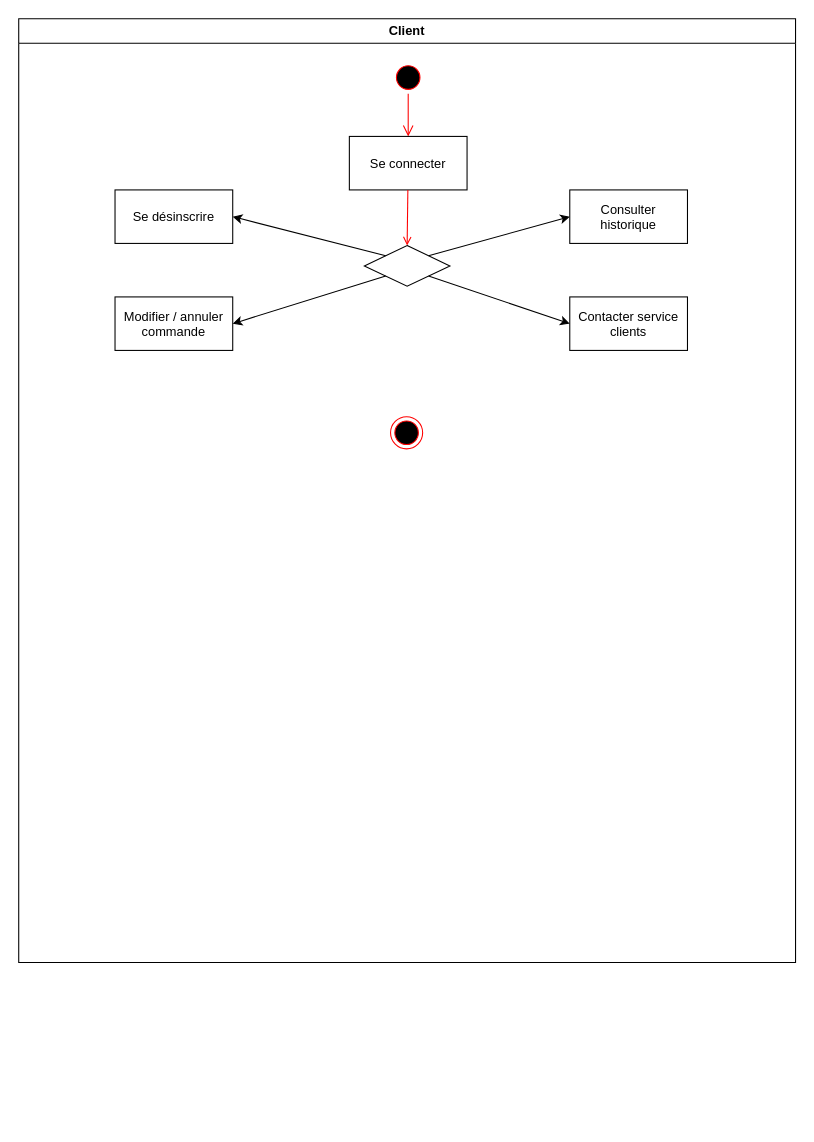
This is Activity client.drawio from othman3492/p4uml, a draw.io file, before an edit. Source tidied: cells renumbered, new cells numbered last; positions are measured from the earlier drawing's top-left corner, leaving out a move shared by most shapes. Both pictures are drawn from the tidied source at 107%, with x=0, y=0 at pixel (18, 18).
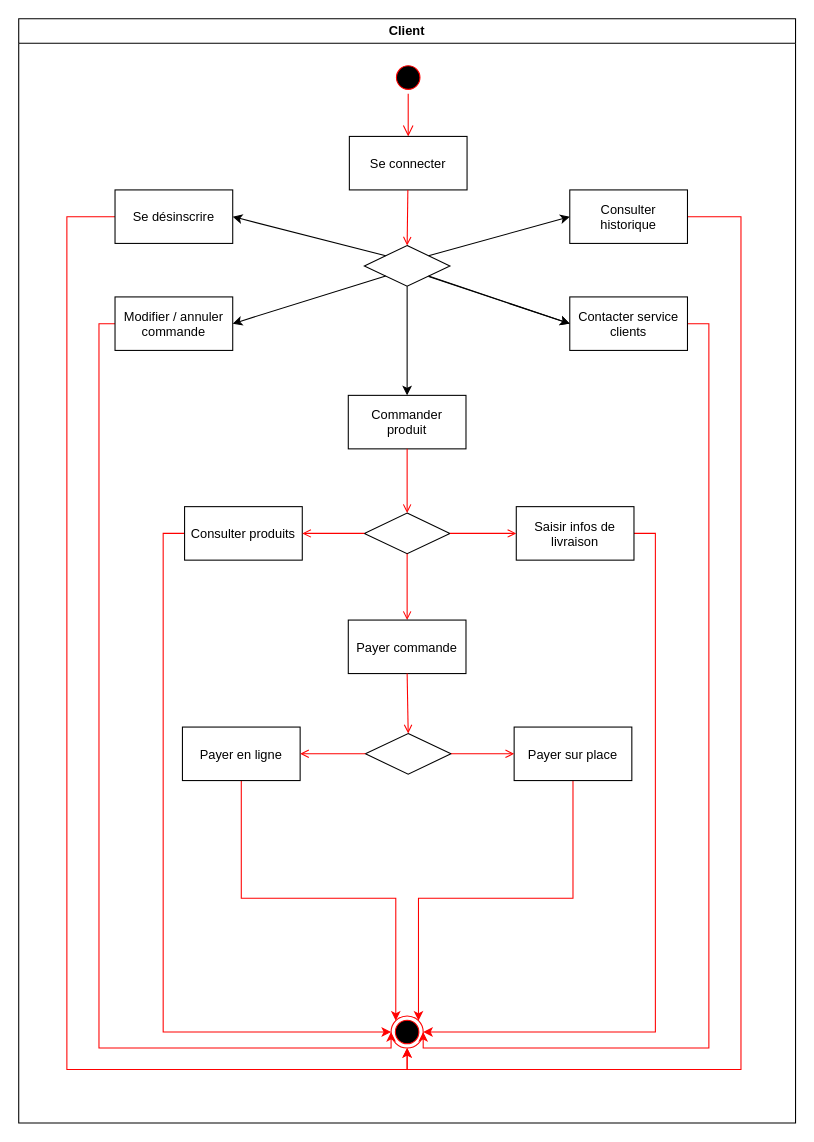
The same diagram, later.

The change refers to these unchanged cells:
```xml
<mxCell id="7" value="Se désinscrire" parent="2" vertex="1">
  <mxGeometry x="90" y="160" width="110" height="50" as="geometry" />
</mxCell>
<mxCell id="8" style="rhombus;whiteSpace=wrap;html=1;" parent="2" vertex="1">
  <mxGeometry x="323" y="212" width="80" height="38" as="geometry" />
</mxCell>
<mxCell id="9" value="Consulter&#10;historique" parent="2" vertex="1">
  <mxGeometry x="515" y="160" width="110" height="50" as="geometry" />
</mxCell>
<mxCell id="10" value="Contacter service&#10;clients" parent="2" vertex="1">
  <mxGeometry x="515" y="260" width="110" height="50" as="geometry" />
</mxCell>
<mxCell id="11" value="Modifier / annuler&#10;commande" parent="2" vertex="1">
  <mxGeometry x="90" y="260" width="110" height="50" as="geometry" />
</mxCell>
```

What changed in the source:
```diff
@@
     <mxCell id="2" value="Client" style="swimlane;whiteSpace=wrap;startSize=23;" parent="1" vertex="1">
-      <mxGeometry width="726" height="882" as="geometry" />
+      <mxGeometry width="726" height="1032" as="geometry" />
     </mxCell>
@@
+    <mxCell id="17" style="edgeStyle=orthogonalEdgeStyle;rounded=0;jettySize=auto;html=1;exitX=0;exitY=0.5;exitDx=0;exitDy=0;entryX=0.5;entryY=1;entryDx=0;entryDy=0;strokeColor=#FF0000;" parent="2" edge="1" source="7" target="12">
+      <mxGeometry relative="1" as="geometry">
+        <Array as="points">
+          <mxPoint x="45" y="185" />
+          <mxPoint x="45" y="982" />
+          <mxPoint x="363" y="982" />
+        </Array>
+      </mxGeometry>
+    </mxCell>
@@
+    <mxCell id="18" style="edgeStyle=orthogonalEdgeStyle;rounded=0;jettySize=auto;html=1;exitX=1;exitY=0.5;exitDx=0;exitDy=0;entryX=0.5;entryY=1;entryDx=0;entryDy=0;strokeColor=#FF0000;" parent="2" edge="1" source="9" target="12">
+      <mxGeometry relative="1" as="geometry">
+        <Array as="points">
+          <mxPoint x="675" y="185" />
+          <mxPoint x="675" y="982" />
+          <mxPoint x="363" y="982" />
+        </Array>
+      </mxGeometry>
+    </mxCell>
@@
+    <mxCell id="19" style="edgeStyle=orthogonalEdgeStyle;rounded=0;jettySize=auto;html=1;exitX=1;exitY=0.5;exitDx=0;exitDy=0;entryX=1;entryY=0.5;entryDx=0;entryDy=0;strokeColor=#FF0000;" parent="2" edge="1" source="10" target="12">
+      <mxGeometry relative="1" as="geometry">
+        <Array as="points">
+          <mxPoint x="645" y="285" />
+          <mxPoint x="645" y="962" />
+          <mxPoint x="378" y="962" />
+        </Array>
+      </mxGeometry>
+    </mxCell>
@@
+    <mxCell id="20" style="edgeStyle=orthogonalEdgeStyle;rounded=0;jettySize=auto;html=1;exitX=0;exitY=0.5;exitDx=0;exitDy=0;entryX=0;entryY=0.5;entryDx=0;entryDy=0;strokeColor=#FF0000;" parent="2" edge="1" source="11" target="12">
+      <mxGeometry relative="1" as="geometry">
+        <Array as="points">
+          <mxPoint x="75" y="285" />
+          <mxPoint x="75" y="962" />
+          <mxPoint x="348" y="962" />
+        </Array>
+      </mxGeometry>
+    </mxCell>
@@
     <mxCell id="12" style="ellipse;html=1;shape=endState;fillColor=#000000;strokeColor=#ff0000;" parent="2" vertex="1">
-      <mxGeometry x="347.5" y="372" width="30" height="30" as="geometry" />
+      <mxGeometry x="348" y="932" width="30" height="30" as="geometry" />
     </mxCell>
@@
+    <mxCell id="21" value="Commander&#10;produit" parent="2" vertex="1">
+      <mxGeometry x="308" y="352" width="110" height="50" as="geometry" />
+    </mxCell>
+    <mxCell id="22" style="endArrow=classic;html=1;exitX=0.5;exitY=1;exitDx=0;exitDy=0;entryX=0.5;entryY=0;entryDx=0;entryDy=0;" parent="2" edge="1" source="8" target="21">
+      <mxGeometry relative="1" as="geometry" />
+    </mxCell>
+    <mxCell id="23" style="rhombus;whiteSpace=wrap;html=1;" parent="2" vertex="1">
+      <mxGeometry x="323" y="462" width="80" height="38" as="geometry" />
+    </mxCell>
+    <mxCell id="24" style="rhombus;whiteSpace=wrap;html=1;" parent="2" vertex="1">
+      <mxGeometry x="163" y="462" width="80" height="38" as="geometry" />
+    </mxCell>
+    <mxCell id="25" style="endArrow=open;strokeColor=#FF0000;endFill=1;rounded=0;exitX=0.5;exitY=1;exitDx=0;exitDy=0;entryX=0.5;entryY=0;entryDx=0;entryDy=0;" parent="2" edge="1" source="21" target="23">
+      <mxGeometry relative="1" as="geometry" />
+    </mxCell>
+    <mxCell id="26" style="edgeStyle=orthogonalEdgeStyle;rounded=0;jettySize=auto;html=1;exitX=0;exitY=0.5;exitDx=0;exitDy=0;entryX=0;entryY=0.5;entryDx=0;entryDy=0;strokeColor=#FF0000;" parent="2" edge="1" source="27" target="12">
+      <mxGeometry relative="1" as="geometry" />
+    </mxCell>
+    <mxCell id="27" value="Consulter produits" parent="2" vertex="1">
+      <mxGeometry x="155" y="456" width="110" height="50" as="geometry" />
+    </mxCell>
+    <mxCell id="28" style="edgeStyle=orthogonalEdgeStyle;rounded=0;jettySize=auto;html=1;exitX=1;exitY=0.5;exitDx=0;exitDy=0;entryX=1;entryY=0.5;entryDx=0;entryDy=0;fillColor=#f8cecc;strokeColor=#FF0000;" parent="2" edge="1" source="29" target="12">
+      <mxGeometry relative="1" as="geometry" />
+    </mxCell>
+    <mxCell id="29" value="Saisir infos de&#10;livraison" parent="2" vertex="1">
+      <mxGeometry x="465" y="456" width="110" height="50" as="geometry" />
+    </mxCell>
+    <mxCell id="30" style="endArrow=open;strokeColor=#FF0000;endFill=1;rounded=0;exitX=0;exitY=0.5;exitDx=0;exitDy=0;entryX=1;entryY=0.5;entryDx=0;entryDy=0;" parent="2" edge="1" source="23" target="27">
+      <mxGeometry relative="1" as="geometry" />
+    </mxCell>
+    <mxCell id="31" style="endArrow=open;strokeColor=#FF0000;endFill=1;rounded=0;exitX=1;exitY=0.5;exitDx=0;exitDy=0;entryX=0;entryY=0.5;entryDx=0;entryDy=0;" parent="2" edge="1" source="23" target="29">
+      <mxGeometry relative="1" as="geometry" />
+    </mxCell>
+    <mxCell id="32" style="endArrow=open;strokeColor=#FF0000;endFill=1;rounded=0;exitX=0.5;exitY=1;exitDx=0;exitDy=0;entryX=0.5;entryY=0;entryDx=0;entryDy=0;" parent="2" edge="1" source="23" target="33">
+      <mxGeometry relative="1" as="geometry" />
+    </mxCell>
+    <mxCell id="33" value="Payer commande" parent="2" vertex="1">
+      <mxGeometry x="308" y="562" width="110" height="50" as="geometry" />
+    </mxCell>
+    <mxCell id="34" style="rhombus;whiteSpace=wrap;html=1;" parent="2" vertex="1">
+      <mxGeometry x="324" y="668" width="80" height="38" as="geometry" />
+    </mxCell>
+    <mxCell id="35" style="edgeStyle=orthogonalEdgeStyle;rounded=0;jettySize=auto;html=1;exitX=0.5;exitY=1;exitDx=0;exitDy=0;entryX=0;entryY=0;entryDx=0;entryDy=0;strokeColor=#FF0000;" parent="2" edge="1" source="36" target="12">
+      <mxGeometry relative="1" as="geometry" />
+    </mxCell>
+    <mxCell id="36" value="Payer en ligne" parent="2" vertex="1">
+      <mxGeometry x="153" y="662" width="110" height="50" as="geometry" />
+    </mxCell>
+    <mxCell id="37" style="edgeStyle=orthogonalEdgeStyle;rounded=0;jettySize=auto;html=1;exitX=0.5;exitY=1;exitDx=0;exitDy=0;entryX=1;entryY=0;entryDx=0;entryDy=0;strokeColor=#FF0000;" parent="2" edge="1" source="38" target="12">
+      <mxGeometry relative="1" as="geometry" />
+    </mxCell>
+    <mxCell id="38" value="Payer sur place" parent="2" vertex="1">
+      <mxGeometry x="463" y="662" width="110" height="50" as="geometry" />
+    </mxCell>
+    <mxCell id="39" style="endArrow=open;strokeColor=#FF0000;endFill=1;rounded=0;exitX=0;exitY=0.5;exitDx=0;exitDy=0;entryX=1;entryY=0.5;entryDx=0;entryDy=0;" parent="2" edge="1" source="34" target="36">
+      <mxGeometry relative="1" as="geometry" />
+    </mxCell>
+    <mxCell id="40" style="endArrow=open;strokeColor=#FF0000;endFill=1;rounded=0;exitX=1;exitY=0.5;exitDx=0;exitDy=0;entryX=0;entryY=0.5;entryDx=0;entryDy=0;" parent="2" edge="1" source="34" target="38">
+      <mxGeometry relative="1" as="geometry" />
+    </mxCell>
+    <mxCell id="41" style="endArrow=open;strokeColor=#FF0000;endFill=1;rounded=0;exitX=0.5;exitY=1;exitDx=0;exitDy=0;entryX=0.5;entryY=0;entryDx=0;entryDy=0;" parent="2" edge="1" source="33" target="34">
+      <mxGeometry relative="1" as="geometry" />
+    </mxCell>
+    <mxCell id="42" style="endArrow=classic;html=1;exitX=1;exitY=1;exitDx=0;exitDy=0;entryX=0;entryY=0.5;entryDx=0;entryDy=0;" parent="1" edge="1">
+      <mxGeometry relative="1" as="geometry">
+        <mxPoint x="383" y="241" as="sourcePoint" />
+        <mxPoint x="515" y="285" as="targetPoint" />
+      </mxGeometry>
+    </mxCell>
```
